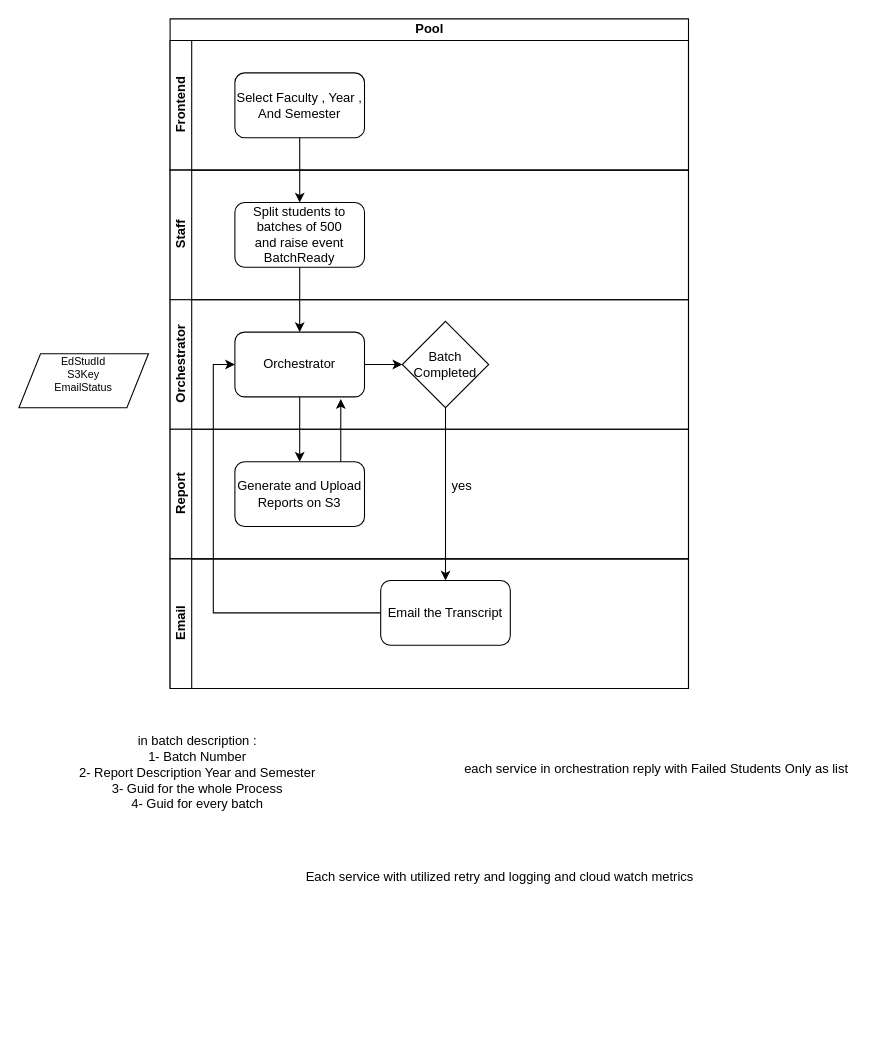
The draw.io diagram Natega.drawio in Mohamedmtc/Diagrams, before the edit. Source tidied: cells renumbered, new cells numbered last; positions are measured from the earlier drawing's top-left corner, leaving out a move shared by most shapes. Both pictures are drawn from the tidied source at 108%, with x=0, y=0 at pixel (18, 18).
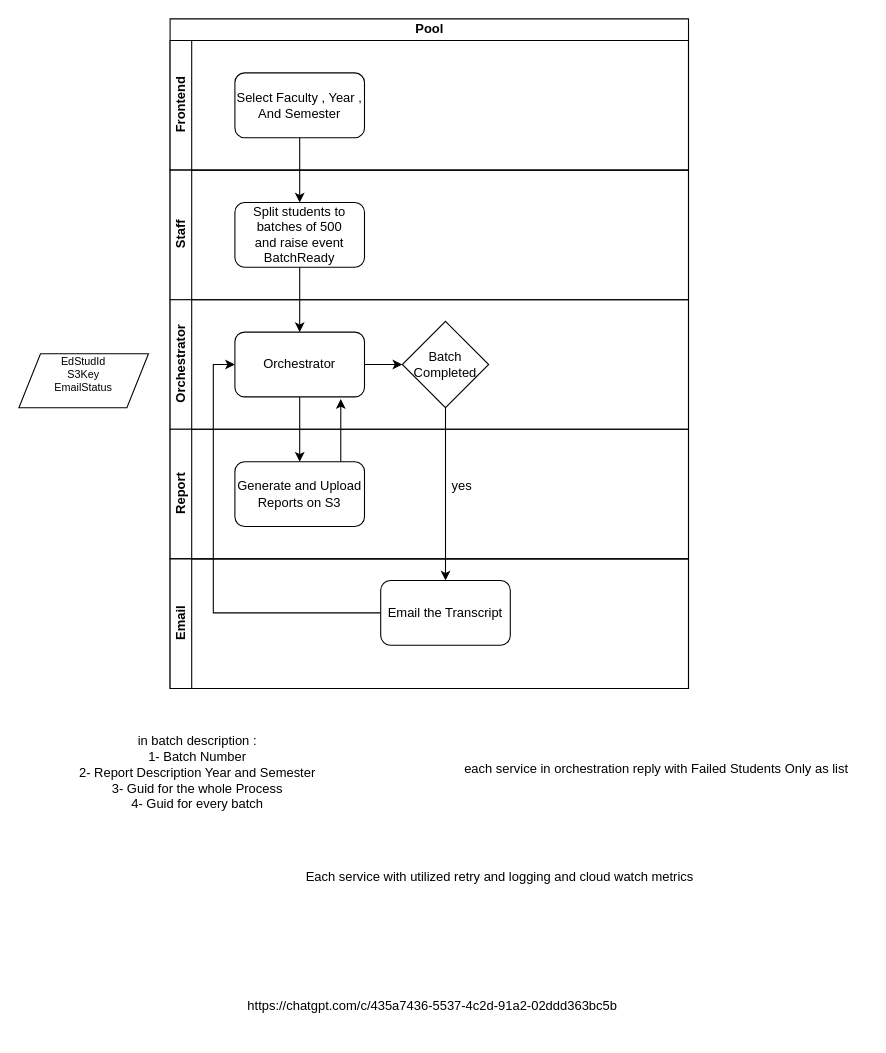
The same diagram, later.

The edit, as a diff of the source:
```diff
@@
+    <mxCell id="26" value="https://chatgpt.com/c/435a7436-5537-4c2d-91a2-02ddd363bc5b" style="text;whiteSpace=wrap;" parent="1" vertex="1">
+      <mxGeometry x="210" y="900" width="390" height="40" as="geometry" />
+    </mxCell>
```
